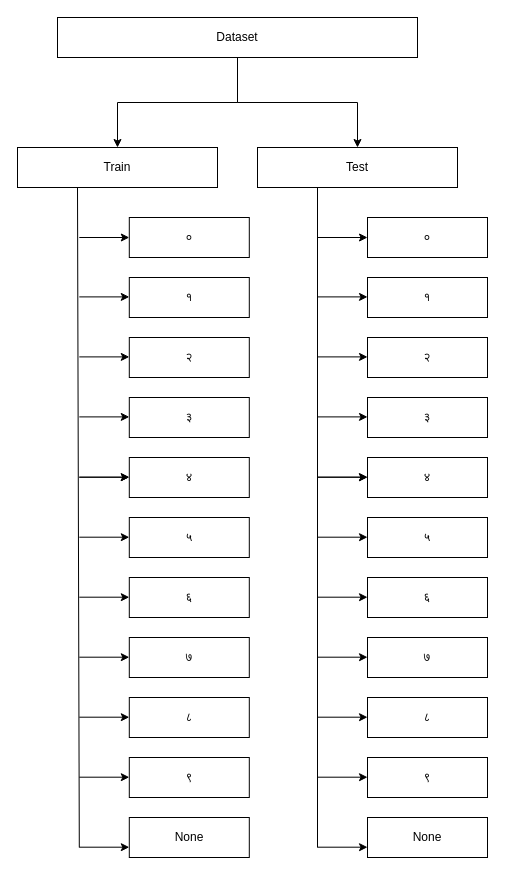
aashishpokharel/Final-Year-Project keeps this draw.io diagram as 4. Mid Defence/Relevant Document/Folder_structure.drawio. Above is the earlier version. Source tidied: cells renumbered, new cells numbered last; positions are measured from the earlier drawing's top-left corner, leaving out a move shared by most shapes. Both pictures are drawn from the tidied source at 100%, with x=0, y=0 at pixel (17, 17).
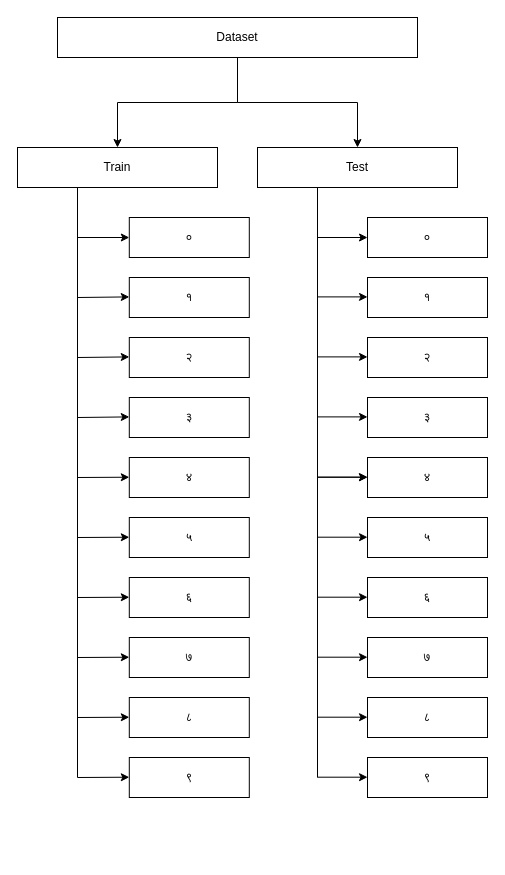
After the change.

The change refers to these unchanged cells:
```xml
<mxCell id="7" value="०" style="rounded=0;whiteSpace=wrap;html=1;" parent="1" vertex="1">
  <mxGeometry x="111.8" y="200" width="120" height="40" as="geometry" />
</mxCell>
```

What changed in the source:
```diff
@@
-    <mxCell id="17" value="None" style="rounded=0;whiteSpace=wrap;html=1;" parent="1" vertex="1">
-      <mxGeometry x="111.8" y="800" width="120" height="40" as="geometry" />
-    </mxCell>
     <mxCell id="18" style="endArrow=none;html=1;rounded=0;entryX=0.341;entryY=1.002;entryDx=0;entryDy=0;entryPerimeter=0;" parent="1" edge="1">
       <mxGeometry relative="1" as="geometry">
-        <mxPoint x="61.8" y="830" as="sourcePoint" />
+        <mxPoint x="60" y="760" as="sourcePoint" />
         <mxPoint x="60" y="170.1" as="targetPoint" />
       </mxGeometry>
     </mxCell>
     <mxCell id="19" style="endArrow=classic;html=1;rounded=0;entryX=0;entryY=0.5;entryDx=0;entryDy=0;" parent="1" edge="1" target="7">
       <mxGeometry relative="1" as="geometry">
-        <mxPoint x="61.8" y="220" as="sourcePoint" />
+        <mxPoint x="60" y="220" as="sourcePoint" />
       </mxGeometry>
     </mxCell>
     <mxCell id="20" style="endArrow=classic;html=1;rounded=0;entryX=0;entryY=0.5;entryDx=0;entryDy=0;" parent="1" edge="1">
       <mxGeometry relative="1" as="geometry">
-        <mxPoint x="61.8" y="279.4" as="sourcePoint" />
+        <mxPoint x="60" y="280" as="sourcePoint" />
         <mxPoint x="111.8" y="279.4" as="targetPoint" />
       </mxGeometry>
     </mxCell>
     <mxCell id="21" style="endArrow=classic;html=1;rounded=0;" parent="1" edge="1">
       <mxGeometry relative="1" as="geometry">
-        <mxPoint x="61.8" y="339.4" as="sourcePoint" />
+        <mxPoint x="60" y="340" as="sourcePoint" />
         <mxPoint x="111.8" y="339.4" as="targetPoint" />
       </mxGeometry>
     </mxCell>
     <mxCell id="22" style="endArrow=classic;html=1;rounded=0;entryX=0;entryY=0.5;entryDx=0;entryDy=0;" parent="1" edge="1">
       <mxGeometry relative="1" as="geometry">
-        <mxPoint x="61.8" y="399.4" as="sourcePoint" />
+        <mxPoint x="60" y="400" as="sourcePoint" />
         <mxPoint x="111.8" y="399.4" as="targetPoint" />
       </mxGeometry>
     </mxCell>
-    <mxCell id="23" style="endArrow=classic;html=1;rounded=0;entryX=0;entryY=0.5;entryDx=0;entryDy=0;" parent="1" edge="1">
-      <mxGeometry relative="1" as="geometry">
-        <mxPoint x="61.8" y="829.7" as="sourcePoint" />
-        <mxPoint x="111.8" y="829.7" as="targetPoint" />
-      </mxGeometry>
-    </mxCell>
     <mxCell id="24" style="endArrow=classic;html=1;rounded=0;entryX=0;entryY=0.5;entryDx=0;entryDy=0;" parent="1" edge="1">
       <mxGeometry relative="1" as="geometry">
-        <mxPoint x="61.8" y="459.7" as="sourcePoint" />
+        <mxPoint x="60" y="460" as="sourcePoint" />
         <mxPoint x="111.8" y="459.7" as="targetPoint" />
       </mxGeometry>
     </mxCell>
-    <mxCell id="25" style="endArrow=classic;html=1;rounded=0;entryX=0;entryY=0.5;entryDx=0;entryDy=0;" parent="1" edge="1">
-      <mxGeometry relative="1" as="geometry">
-        <mxPoint x="61.8" y="459.7" as="sourcePoint" />
-        <mxPoint x="111.8" y="459.7" as="targetPoint" />
-      </mxGeometry>
-    </mxCell>
     <mxCell id="26" style="endArrow=classic;html=1;rounded=0;entryX=0;entryY=0.5;entryDx=0;entryDy=0;" parent="1" edge="1">
       <mxGeometry relative="1" as="geometry">
-        <mxPoint x="61.8" y="519.7" as="sourcePoint" />
+        <mxPoint x="60" y="520" as="sourcePoint" />
         <mxPoint x="111.8" y="519.7" as="targetPoint" />
       </mxGeometry>
     </mxCell>
     <mxCell id="27" style="endArrow=classic;html=1;rounded=0;entryX=0;entryY=0.5;entryDx=0;entryDy=0;" parent="1" edge="1">
       <mxGeometry relative="1" as="geometry">
-        <mxPoint x="61.8" y="759.7" as="sourcePoint" />
+        <mxPoint x="60" y="760" as="sourcePoint" />
         <mxPoint x="111.8" y="759.7" as="targetPoint" />
       </mxGeometry>
     </mxCell>
     <mxCell id="28" style="endArrow=classic;html=1;rounded=0;entryX=0;entryY=0.5;entryDx=0;entryDy=0;" parent="1" edge="1">
       <mxGeometry relative="1" as="geometry">
-        <mxPoint x="61.8" y="579.7" as="sourcePoint" />
+        <mxPoint x="60" y="580" as="sourcePoint" />
         <mxPoint x="111.8" y="579.7" as="targetPoint" />
       </mxGeometry>
     </mxCell>
     <mxCell id="29" style="endArrow=classic;html=1;rounded=0;entryX=0;entryY=0.5;entryDx=0;entryDy=0;" parent="1" edge="1">
       <mxGeometry relative="1" as="geometry">
-        <mxPoint x="61.8" y="639.7" as="sourcePoint" />
+        <mxPoint x="60" y="640" as="sourcePoint" />
         <mxPoint x="111.8" y="639.7" as="targetPoint" />
       </mxGeometry>
     </mxCell>
     <mxCell id="30" style="endArrow=classic;html=1;rounded=0;entryX=0;entryY=0.5;entryDx=0;entryDy=0;" parent="1" edge="1">
       <mxGeometry relative="1" as="geometry">
-        <mxPoint x="61.8" y="699.7" as="sourcePoint" />
+        <mxPoint x="60" y="700" as="sourcePoint" />
         <mxPoint x="111.8" y="699.7" as="targetPoint" />
       </mxGeometry>
     </mxCell>
@@
-    <mxCell id="41" value="None" style="rounded=0;whiteSpace=wrap;html=1;" parent="1" vertex="1">
-      <mxGeometry x="350" y="800" width="120" height="40" as="geometry" />
-    </mxCell>
@@
-    <mxCell id="46" style="endArrow=classic;html=1;rounded=0;entryX=0;entryY=0.5;entryDx=0;entryDy=0;" parent="1" edge="1">
-      <mxGeometry relative="1" as="geometry">
-        <mxPoint x="300" y="829.7" as="sourcePoint" />
-        <mxPoint x="350" y="829.7" as="targetPoint" />
-      </mxGeometry>
-    </mxCell>
@@
     <mxCell id="54" style="endArrow=none;html=1;rounded=0;" parent="1" edge="1">
       <mxGeometry relative="1" as="geometry">
-        <mxPoint x="300" y="830" as="sourcePoint" />
+        <mxPoint x="300" y="760" as="sourcePoint" />
         <mxPoint x="300" y="170" as="targetPoint" />
       </mxGeometry>
     </mxCell>
```
